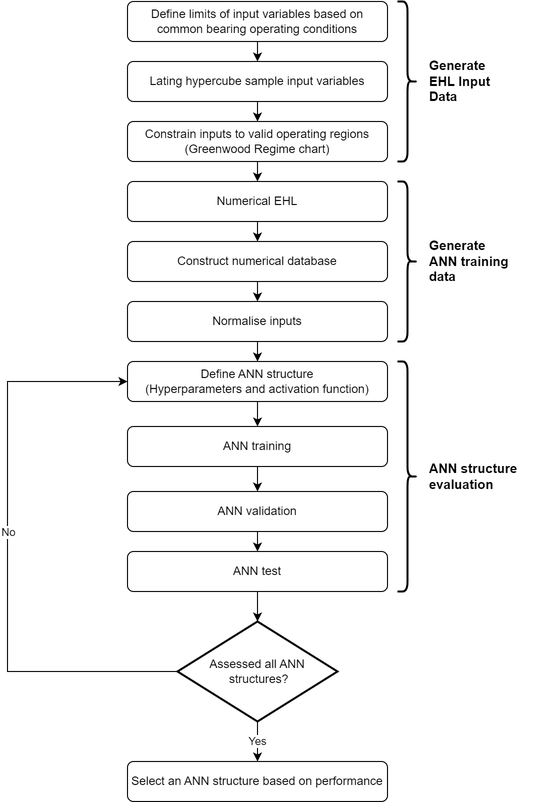
The draw.io diagram Graphics/ANN_structure_flowchart.png in QuestH/PhDThesis, before a commit. Source tidied: cells renumbered, new cells last; positions are measured from the earlier drawing's top-left corner, leaving out a move shared by most shapes.
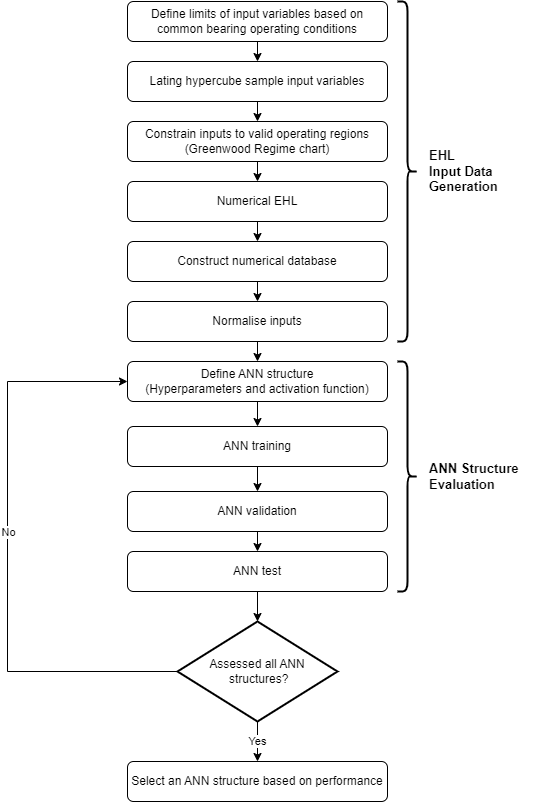
The same diagram one commit later.

What changed in the source:
```diff
@@ -88,18 +88,12 @@
       <mxGeometry x="390" y="360" width="20" height="230" as="geometry" />
     </mxCell>
     <mxCell id="28" style="shape=curlyBracket;whiteSpace=wrap;html=1;rounded=1;flipH=1;labelPosition=right;verticalLabelPosition=middle;align=left;verticalAlign=middle;strokeWidth=2;" parent="1" vertex="1">
-      <mxGeometry x="390" width="20" height="160" as="geometry" />
+      <mxGeometry x="390" width="20" height="340" as="geometry" />
     </mxCell>
-    <mxCell id="29" style="shape=curlyBracket;whiteSpace=wrap;html=1;rounded=1;flipH=1;labelPosition=right;verticalLabelPosition=middle;align=left;verticalAlign=middle;strokeWidth=2;" parent="1" vertex="1">
-      <mxGeometry x="390" y="180" width="20" height="160" as="geometry" />
-    </mxCell>
-    <mxCell id="30" value="&lt;span style=&quot;font-size: 13px;&quot;&gt;&lt;b&gt;Generate&lt;/b&gt;&lt;/span&gt;&lt;div&gt;&lt;span style=&quot;font-size: 13px;&quot;&gt;&lt;b&gt;EHL Input&lt;/b&gt;&lt;/span&gt;&lt;/div&gt;&lt;div&gt;&lt;span style=&quot;font-size: 13px;&quot;&gt;&lt;b&gt;Data&lt;/b&gt;&lt;/span&gt;&lt;/div&gt;" style="text;html=1;align=left;verticalAlign=middle;strokeColor=none;fillColor=none;" parent="1" vertex="1">
-      <mxGeometry x="420" y="50" width="80" height="60" as="geometry" />
+    <mxCell id="30" value="&lt;span style=&quot;font-size: 13px;&quot;&gt;&lt;b&gt;EHL&amp;nbsp;&lt;/b&gt;&lt;/span&gt;&lt;div&gt;&lt;span style=&quot;font-size: 13px;&quot;&gt;&lt;b&gt;Input&amp;nbsp;&lt;/b&gt;&lt;/span&gt;&lt;b style=&quot;font-size: 13px; background-color: initial;&quot;&gt;Data&amp;nbsp;&lt;/b&gt;&lt;div&gt;&lt;span style=&quot;font-size: 13px;&quot;&gt;&lt;b&gt;Generation&lt;/b&gt;&lt;/span&gt;&lt;/div&gt;&lt;/div&gt;" style="text;html=1;align=left;verticalAlign=middle;strokeColor=none;fillColor=none;" parent="1" vertex="1">
+      <mxGeometry x="420" y="140" width="90" height="60" as="geometry" />
     </mxCell>
-    <mxCell id="31" value="&lt;span style=&quot;font-size: 13px;&quot;&gt;&lt;b&gt;Generate&amp;nbsp;&lt;/b&gt;&lt;/span&gt;&lt;div&gt;&lt;span style=&quot;font-size: 13px;&quot;&gt;&lt;b&gt;ANN training&lt;/b&gt;&lt;/span&gt;&lt;/div&gt;&lt;div&gt;&lt;span style=&quot;font-size: 13px;&quot;&gt;&lt;b&gt;data&lt;/b&gt;&lt;/span&gt;&lt;/div&gt;" style="text;html=1;align=left;verticalAlign=middle;strokeColor=none;fillColor=none;" parent="1" vertex="1">
-      <mxGeometry x="420" y="230" width="100" height="60" as="geometry" />
-    </mxCell>
-    <mxCell id="32" value="&lt;span style=&quot;font-size: 13px;&quot;&gt;&lt;b&gt;ANN structure&amp;nbsp;&lt;/b&gt;&lt;/span&gt;&lt;div&gt;&lt;span style=&quot;font-size: 13px;&quot;&gt;&lt;b&gt;evaluation&lt;/b&gt;&lt;/span&gt;&lt;/div&gt;" style="text;html=1;align=left;verticalAlign=middle;strokeColor=none;fillColor=none;" parent="1" vertex="1">
+    <mxCell id="32" value="&lt;span style=&quot;font-size: 13px;&quot;&gt;&lt;b&gt;ANN Structure&amp;nbsp;&lt;/b&gt;&lt;/span&gt;&lt;div&gt;&lt;span style=&quot;font-size: 13px;&quot;&gt;&lt;b&gt;Evaluation&lt;/b&gt;&lt;/span&gt;&lt;/div&gt;" style="text;html=1;align=left;verticalAlign=middle;strokeColor=none;fillColor=none;" parent="1" vertex="1">
       <mxGeometry x="420" y="455" width="120" height="40" as="geometry" />
     </mxCell>
   </root>
```
